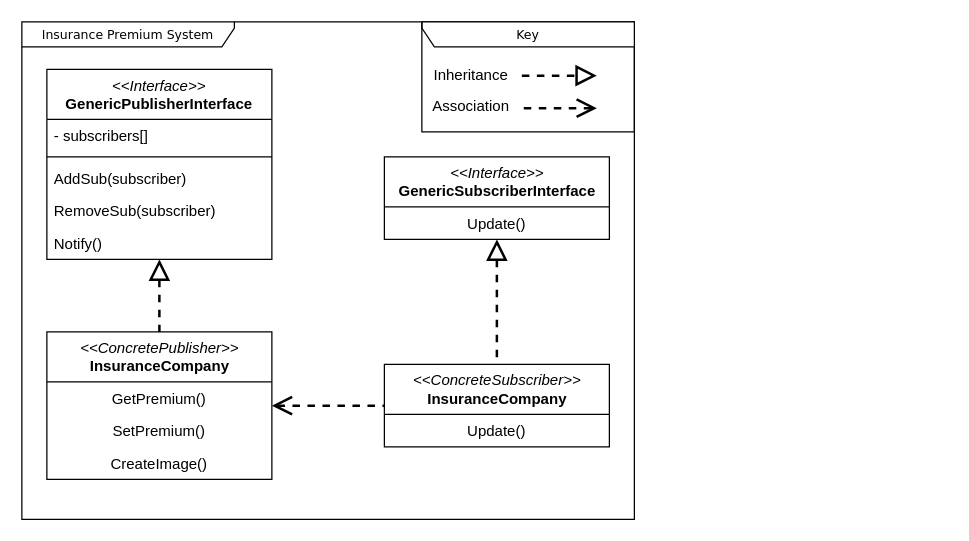
Before: Xavier_COM6031_Observer-Pattern-UML.drawio in Caxaho/Xavier-COM6031-CW1-Code, a draw.io diagram. Source tidied: cells renumbered, new cells numbered last; positions are measured from the earlier drawing's top-left corner, leaving out a move shared by most shapes. Both pictures are drawn from the tidied source at 125%, with x=0, y=0 at pixel (21, 21).
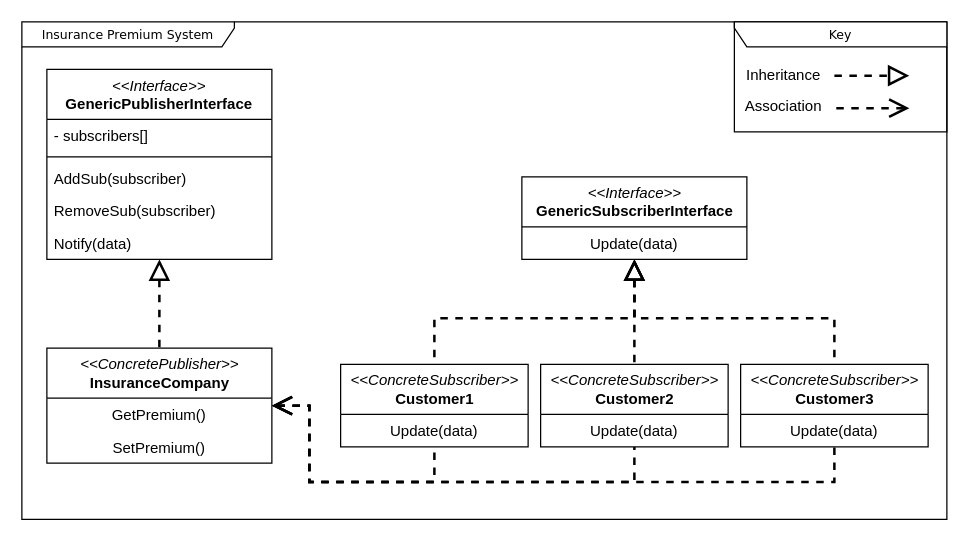
The same diagram, later.

Commit message (it also covers changes not shown here):
Initial (uncommented) scenario 2

The change refers to these unchanged cells:
```xml
<mxCell id="21" value="&lt;i style=&quot;font-weight: 400; text-wrap-mode: nowrap;&quot;&gt;&amp;lt;&amp;lt;Interface&amp;gt;&amp;gt;&lt;/i&gt;&lt;br style=&quot;font-weight: 400; text-wrap-mode: nowrap;&quot;&gt;&lt;span style=&quot;text-wrap-mode: nowrap;&quot;&gt;GenericPublisherInterface&lt;/span&gt;" style="swimlane;fontStyle=1;align=center;verticalAlign=top;horizontal=1;startSize=40;whiteSpace=wrap;html=1;" parent="1" vertex="1">
  <mxGeometry x="20" y="38" width="180" height="152" as="geometry" />
</mxCell>
```

Diff of the diagram source:
```diff
@@
     <mxCell id="2" value="Insurance Premium System" style="shape=umlFrame;whiteSpace=wrap;html=1;rounded=0;shadow=0;comic=0;labelBackgroundColor=none;strokeWidth=1;fontFamily=Verdana;fontSize=10;align=center;width=170;height=20;" parent="1" vertex="1">
-      <mxGeometry width="490" height="398" as="geometry" />
+      <mxGeometry width="740" height="398" as="geometry" />
     </mxCell>
@@
     <mxCell id="5" value="&lt;i style=&quot;font-family: Helvetica; font-size: 12px;&quot;&gt;&amp;lt;&amp;lt;ConcretePublisher&amp;gt;&amp;gt;&lt;/i&gt;&lt;br style=&quot;font-family: Helvetica; font-size: 12px;&quot;&gt;&lt;font face=&quot;Helvetica&quot;&gt;&lt;span style=&quot;font-size: 12px;&quot;&gt;&lt;b&gt;InsuranceCompany&lt;/b&gt;&lt;/span&gt;&lt;/font&gt;" style="swimlane;html=1;fontStyle=0;horizontal=1;startSize=40;fillColor=none;swimlaneFillColor=#ffffff;rounded=0;shadow=0;comic=0;labelBackgroundColor=none;strokeWidth=1;fontFamily=Verdana;fontSize=10;align=center;" parent="1" vertex="1">
-      <mxGeometry x="20" y="248" width="180" height="118" as="geometry" />
+      <mxGeometry x="20" y="261" width="180" height="92" as="geometry" />
     </mxCell>
@@
-    <mxCell id="8" value="CreateImage()" style="text;html=1;strokeColor=none;fillColor=none;align=center;verticalAlign=top;spacingLeft=4;spacingRight=4;whiteSpace=wrap;overflow=hidden;" parent="5" vertex="1">
-      <mxGeometry y="92" width="180" height="26" as="geometry" />
-    </mxCell>
@@
     <mxCell id="14" style="group;" parent="1" vertex="1">
-      <mxGeometry x="220" width="270" height="88" as="geometry" />
+      <mxGeometry x="470" width="270" height="88" as="geometry" />
     </mxCell>
@@
-    <mxCell id="26" value="Notify()" style="text;strokeColor=none;fillColor=none;align=left;verticalAlign=top;spacingLeft=4;spacingRight=4;overflow=hidden;whiteSpace=wrap;html=1;" parent="21" vertex="1">
+    <mxCell id="26" value="Notify(data)" style="text;strokeColor=none;fillColor=none;align=left;verticalAlign=top;spacingLeft=4;spacingRight=4;overflow=hidden;whiteSpace=wrap;html=1;" parent="21" vertex="1">
       <mxGeometry y="126" width="180" height="26" as="geometry" />
     </mxCell>
     <mxCell id="27" value="&lt;i style=&quot;font-family: Helvetica; font-size: 12px;&quot;&gt;&amp;lt;&amp;lt;Interface&amp;gt;&amp;gt;&lt;/i&gt;&lt;br style=&quot;font-family: Helvetica; font-size: 12px;&quot;&gt;&lt;font face=&quot;Helvetica&quot;&gt;&lt;span style=&quot;font-size: 12px;&quot;&gt;&lt;b&gt;GenericSubscriberInterface&lt;/b&gt;&lt;/span&gt;&lt;/font&gt;" style="swimlane;html=1;fontStyle=0;horizontal=1;startSize=40;fillColor=none;swimlaneFillColor=#ffffff;rounded=0;shadow=0;comic=0;labelBackgroundColor=none;strokeWidth=1;fontFamily=Verdana;fontSize=10;align=center;" parent="1" vertex="1">
-      <mxGeometry x="290" y="108" width="180" height="66" as="geometry" />
+      <mxGeometry x="400" y="124" width="180" height="66" as="geometry" />
     </mxCell>
-    <mxCell id="28" value="Update()" style="text;html=1;strokeColor=none;fillColor=none;align=center;verticalAlign=top;spacingLeft=4;spacingRight=4;whiteSpace=wrap;overflow=hidden;" parent="27" vertex="1">
+    <mxCell id="28" value="Update(data)" style="text;html=1;strokeColor=none;fillColor=none;align=center;verticalAlign=top;spacingLeft=4;spacingRight=4;whiteSpace=wrap;overflow=hidden;" parent="27" vertex="1">
       <mxGeometry y="40" width="180" height="26" as="geometry" />
     </mxCell>
-    <mxCell id="29" value="&lt;i style=&quot;font-family: Helvetica; font-size: 12px;&quot;&gt;&amp;lt;&amp;lt;ConcreteSubscriber&amp;gt;&amp;gt;&lt;/i&gt;&lt;br style=&quot;font-family: Helvetica; font-size: 12px;&quot;&gt;&lt;font face=&quot;Helvetica&quot;&gt;&lt;span style=&quot;font-size: 12px;&quot;&gt;&lt;b&gt;InsuranceCompany&lt;/b&gt;&lt;/span&gt;&lt;/font&gt;" style="swimlane;html=1;fontStyle=0;horizontal=1;startSize=40;fillColor=none;swimlaneFillColor=#ffffff;rounded=0;shadow=0;comic=0;labelBackgroundColor=none;strokeWidth=1;fontFamily=Verdana;fontSize=10;align=center;" parent="1" vertex="1">
-      <mxGeometry x="290" y="274" width="180" height="66" as="geometry" />
+    <mxCell id="29" value="&lt;i style=&quot;font-family: Helvetica; font-size: 12px;&quot;&gt;&amp;lt;&amp;lt;ConcreteSubscriber&amp;gt;&amp;gt;&lt;/i&gt;&lt;br style=&quot;font-family: Helvetica; font-size: 12px;&quot;&gt;&lt;font face=&quot;Helvetica&quot;&gt;&lt;span style=&quot;font-size: 12px;&quot;&gt;&lt;b&gt;Customer1&lt;/b&gt;&lt;/span&gt;&lt;/font&gt;" style="swimlane;html=1;fontStyle=0;horizontal=1;startSize=40;fillColor=none;swimlaneFillColor=#ffffff;rounded=0;shadow=0;comic=0;labelBackgroundColor=none;strokeWidth=1;fontFamily=Verdana;fontSize=10;align=center;" parent="1" vertex="1">
+      <mxGeometry x="255" y="274" width="150" height="66" as="geometry" />
     </mxCell>
-    <mxCell id="30" value="Update()" style="text;html=1;strokeColor=none;fillColor=none;align=center;verticalAlign=top;spacingLeft=4;spacingRight=4;whiteSpace=wrap;overflow=hidden;" parent="29" vertex="1">
-      <mxGeometry y="40" width="180" height="26" as="geometry" />
+    <mxCell id="30" value="Update(data)" style="text;html=1;strokeColor=none;fillColor=none;align=center;verticalAlign=top;spacingLeft=4;spacingRight=4;whiteSpace=wrap;overflow=hidden;" parent="29" vertex="1">
+      <mxGeometry y="40" width="150" height="26" as="geometry" />
     </mxCell>
@@
     <mxCell id="32" style="edgeStyle=orthogonalEdgeStyle;rounded=0;jettySize=auto;html=1;endArrow=none;startFill=0;startArrow=open;strokeWidth=2;endSize=6;startSize=12;dashed=1;" parent="1" edge="1" source="5" target="29">
-      <mxGeometry relative="1" as="geometry" />
+      <mxGeometry relative="1" as="geometry">
+        <Array as="points">
+          <mxPoint x="230" y="307" />
+          <mxPoint x="230" y="368" />
+          <mxPoint x="330" y="368" />
+        </Array>
+      </mxGeometry>
     </mxCell>
+    <mxCell id="33" value="&lt;i style=&quot;font-family: Helvetica; font-size: 12px;&quot;&gt;&amp;lt;&amp;lt;ConcreteSubscriber&amp;gt;&amp;gt;&lt;/i&gt;&lt;br style=&quot;font-family: Helvetica; font-size: 12px;&quot;&gt;&lt;font face=&quot;Helvetica&quot;&gt;&lt;span style=&quot;font-size: 12px;&quot;&gt;&lt;b&gt;Customer2&lt;/b&gt;&lt;/span&gt;&lt;/font&gt;" style="swimlane;html=1;fontStyle=0;horizontal=1;startSize=40;fillColor=none;swimlaneFillColor=#ffffff;rounded=0;shadow=0;comic=0;labelBackgroundColor=none;strokeWidth=1;fontFamily=Verdana;fontSize=10;align=center;" parent="1" vertex="1">
+      <mxGeometry x="415" y="274" width="150" height="66" as="geometry" />
+    </mxCell>
+    <mxCell id="34" value="Update(data)" style="text;html=1;strokeColor=none;fillColor=none;align=center;verticalAlign=top;spacingLeft=4;spacingRight=4;whiteSpace=wrap;overflow=hidden;" parent="33" vertex="1">
+      <mxGeometry y="40" width="150" height="26" as="geometry" />
+    </mxCell>
+    <mxCell id="35" value="&lt;i style=&quot;font-family: Helvetica; font-size: 12px;&quot;&gt;&amp;lt;&amp;lt;ConcreteSubscriber&amp;gt;&amp;gt;&lt;/i&gt;&lt;br style=&quot;font-family: Helvetica; font-size: 12px;&quot;&gt;&lt;font face=&quot;Helvetica&quot;&gt;&lt;span style=&quot;font-size: 12px;&quot;&gt;&lt;b&gt;Customer3&lt;/b&gt;&lt;/span&gt;&lt;/font&gt;" style="swimlane;html=1;fontStyle=0;horizontal=1;startSize=40;fillColor=none;swimlaneFillColor=#ffffff;rounded=0;shadow=0;comic=0;labelBackgroundColor=none;strokeWidth=1;fontFamily=Verdana;fontSize=10;align=center;" parent="1" vertex="1">
+      <mxGeometry x="575" y="274" width="150" height="66" as="geometry" />
+    </mxCell>
+    <mxCell id="36" value="Update(data)" style="text;html=1;strokeColor=none;fillColor=none;align=center;verticalAlign=top;spacingLeft=4;spacingRight=4;whiteSpace=wrap;overflow=hidden;" parent="35" vertex="1">
+      <mxGeometry y="40" width="150" height="26" as="geometry" />
+    </mxCell>
+    <mxCell id="37" style="edgeStyle=orthogonalEdgeStyle;rounded=0;jettySize=auto;html=1;endArrow=none;startFill=0;startArrow=block;strokeWidth=2;endSize=6;startSize=12;dashed=1;" parent="1" edge="1" source="27" target="33">
+      <mxGeometry relative="1" as="geometry" />
+    </mxCell>
+    <mxCell id="38" style="edgeStyle=orthogonalEdgeStyle;rounded=0;jettySize=auto;html=1;endArrow=none;startFill=0;startArrow=block;strokeWidth=2;endSize=6;startSize=12;dashed=1;" parent="1" edge="1" source="27" target="35">
+      <mxGeometry relative="1" as="geometry" />
+    </mxCell>
+    <mxCell id="39" style="edgeStyle=orthogonalEdgeStyle;rounded=0;jettySize=auto;html=1;endArrow=none;startFill=0;startArrow=open;strokeWidth=2;endSize=6;startSize=12;dashed=1;" parent="1" edge="1" source="5" target="33">
+      <mxGeometry relative="1" as="geometry">
+        <Array as="points">
+          <mxPoint x="230" y="307" />
+          <mxPoint x="230" y="368" />
+          <mxPoint x="490" y="368" />
+        </Array>
+      </mxGeometry>
+    </mxCell>
+    <mxCell id="40" style="edgeStyle=orthogonalEdgeStyle;rounded=0;jettySize=auto;html=1;endArrow=none;startFill=0;startArrow=open;strokeWidth=2;endSize=6;startSize=12;dashed=1;" parent="1" edge="1" source="5" target="35">
+      <mxGeometry relative="1" as="geometry">
+        <Array as="points">
+          <mxPoint x="230" y="307" />
+          <mxPoint x="230" y="368" />
+          <mxPoint x="650" y="368" />
+        </Array>
+      </mxGeometry>
+    </mxCell>
```
